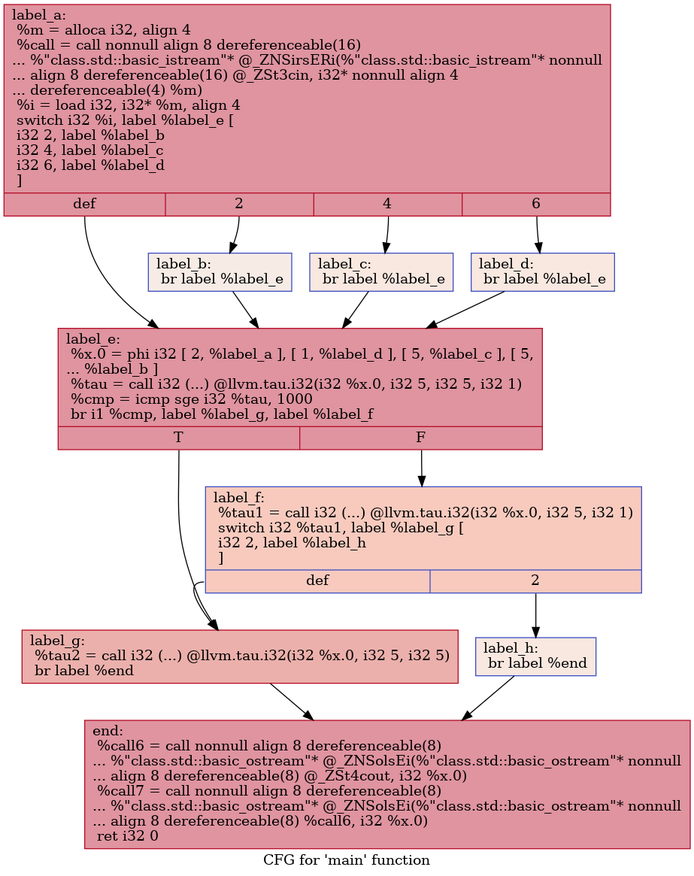
Earlier version of the Graphviz export IR/cfg/SCCP_HPSSA.dot.png (HPSSA-LLVM/HPSSA-LLVM). Its source is kept beside it as IR/cfg/SCCP_HPSSA.dot.
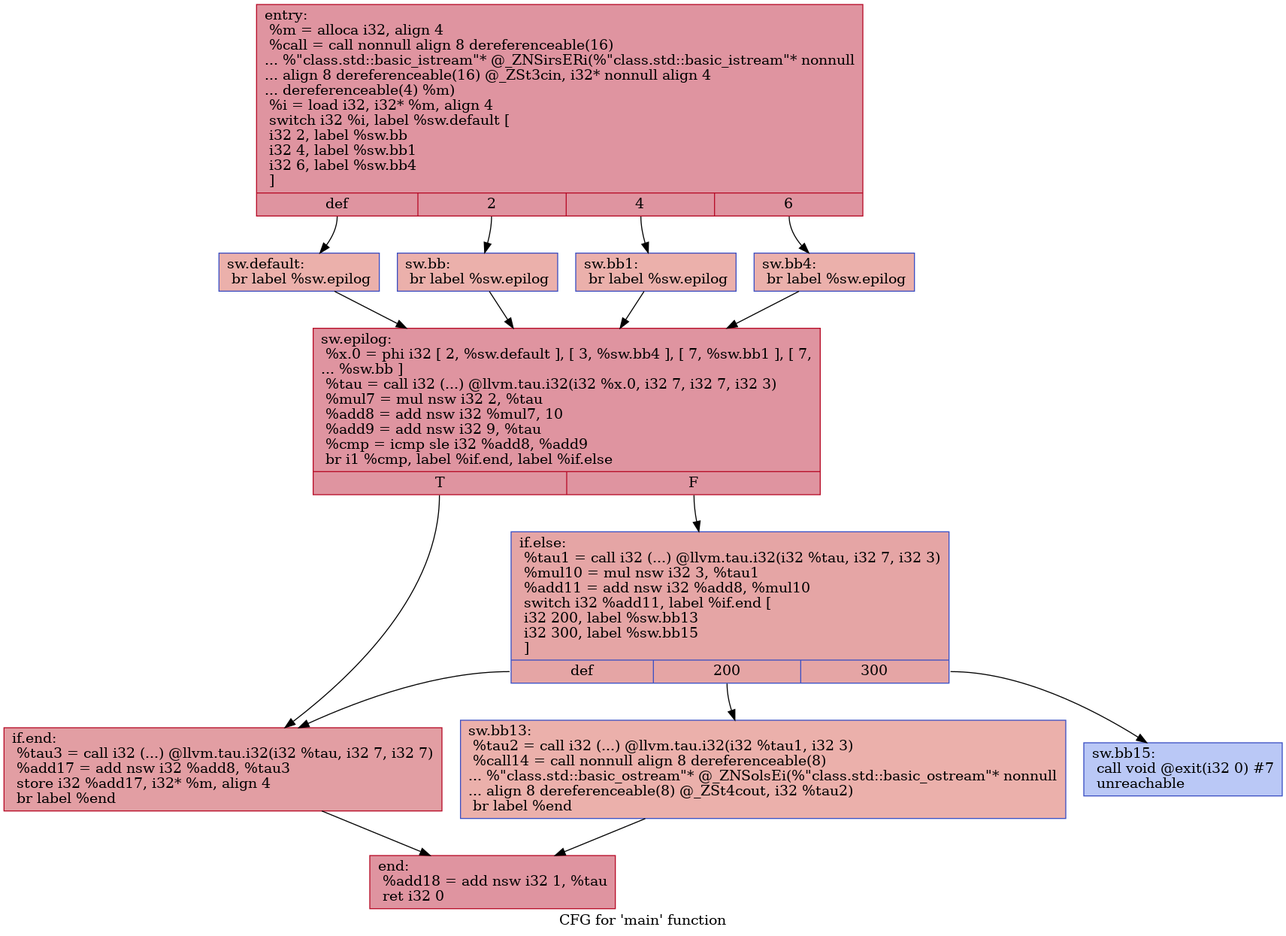
The same file after the commit.

The edit, as a diff of the source:
```diff
@@ -1,26 +1,30 @@
 digraph "CFG for 'main' function" {
 	label="CFG for 'main' function";
 
-	Node0x55a9f543bf80 [shape=record,color="#b70d28ff", style=filled, fillcolor="#b70d2870",label="{label_a:\l  %m = alloca i32, align 4\l  %call = call nonnull align 8 dereferenceable(16)\l... %\"class.std::basic_istream\"* @_ZNSirsERi(%\"class.std::basic_istream\"* nonnull\l... align 8 dereferenceable(16) @_ZSt3cin, i32* nonnull align 4\l... dereferenceable(4) %m)\l  %i = load i32, i32* %m, align 4\l  switch i32 %i, label %label_e [\l    i32 2, label %label_b\l    i32 4, label %label_c\l    i32 6, label %label_d\l  ]\l|{<s0>def|<s1>2|<s2>4|<s3>6}}"];
-	Node0x55a9f543bf80:s0 -> Node0x55a9f543c3c0;
-	Node0x55a9f543bf80:s1 -> Node0x55a9f543c4c0;
-	Node0x55a9f543bf80:s2 -> Node0x55a9f543c5c0;
-	Node0x55a9f543bf80:s3 -> Node0x55a9f543c6c0;
-	Node0x55a9f543c4c0 [shape=record,color="#3d50c3ff", style=filled, fillcolor="#ecd3c570",label="{label_b:                                          \l  br label %label_e\l}"];
-	Node0x55a9f543c4c0 -> Node0x55a9f543c3c0;
-	Node0x55a9f543c5c0 [shape=record,color="#3d50c3ff", style=filled, fillcolor="#f1ccb870",label="{label_c:                                          \l  br label %label_e\l}"];
-	Node0x55a9f543c5c0 -> Node0x55a9f543c3c0;
-	Node0x55a9f543c6c0 [shape=record,color="#3d50c3ff", style=filled, fillcolor="#f1ccb870",label="{label_d:                                          \l  br label %label_e\l}"];
-	Node0x55a9f543c6c0 -> Node0x55a9f543c3c0;
-	Node0x55a9f543c3c0 [shape=record,color="#b70d28ff", style=filled, fillcolor="#b70d2870",label="{label_e:                                          \l  %x.0 = phi i32 [ 2, %label_a ], [ 1, %label_d ], [ 5, %label_c ], [ 5,\l... %label_b ]\l  %tau = call i32 (...) @llvm.tau.i32(i32 %x.0, i32 5, i32 5, i32 1)\l  %cmp = icmp sge i32 %tau, 1000\l  br i1 %cmp, label %label_g, label %label_f\l|{<s0>T|<s1>F}}"];
-	Node0x55a9f543c3c0:s0 -> Node0x55a9f543cd90;
-	Node0x55a9f543c3c0:s1 -> Node0x55a9f543ce00;
-	Node0x55a9f543ce00 [shape=record,color="#3d50c3ff", style=filled, fillcolor="#ef886b70",label="{label_f:                                          \l  %tau1 = call i32 (...) @llvm.tau.i32(i32 %x.0, i32 5, i32 1)\l  switch i32 %tau1, label %label_g [\l    i32 2, label %label_h\l  ]\l|{<s0>def|<s1>2}}"];
-	Node0x55a9f543ce00:s0 -> Node0x55a9f543cd90;
-	Node0x55a9f543ce00:s1 -> Node0x55a9f543d130;
-	Node0x55a9f543cd90 [shape=record,color="#b70d28ff", style=filled, fillcolor="#d24b4070",label="{label_g:                                          \l  %tau2 = call i32 (...) @llvm.tau.i32(i32 %x.0, i32 5, i32 5)\l  br label %end\l}"];
-	Node0x55a9f543cd90 -> Node0x55a9f543d2f0;
-	Node0x55a9f543d130 [shape=record,color="#3d50c3ff", style=filled, fillcolor="#f1ccb870",label="{label_h:                                          \l  br label %end\l}"];
-	Node0x55a9f543d130 -> Node0x55a9f543d2f0;
-	Node0x55a9f543d2f0 [shape=record,color="#b70d28ff", style=filled, fillcolor="#b70d2870",label="{end:                                              \l  %call6 = call nonnull align 8 dereferenceable(8)\l... %\"class.std::basic_ostream\"* @_ZNSolsEi(%\"class.std::basic_ostream\"* nonnull\l... align 8 dereferenceable(8) @_ZSt4cout, i32 %x.0)\l  %call7 = call nonnull align 8 dereferenceable(8)\l... %\"class.std::basic_ostream\"* @_ZNSolsEi(%\"class.std::basic_ostream\"* nonnull\l... align 8 dereferenceable(8) %call6, i32 %x.0)\l  ret i32 0\l}"];
+	Node0x55f6262a9240 [shape=record,color="#b70d28ff", style=filled, fillcolor="#b70d2870",label="{entry:\l  %m = alloca i32, align 4\l  %call = call nonnull align 8 dereferenceable(16)\l... %\"class.std::basic_istream\"* @_ZNSirsERi(%\"class.std::basic_istream\"* nonnull\l... align 8 dereferenceable(16) @_ZSt3cin, i32* nonnull align 4\l... dereferenceable(4) %m)\l  %i = load i32, i32* %m, align 4\l  switch i32 %i, label %sw.default [\l    i32 2, label %sw.bb\l    i32 4, label %sw.bb1\l    i32 6, label %sw.bb4\l  ]\l|{<s0>def|<s1>2|<s2>4|<s3>6}}"];
+	Node0x55f6262a9240:s0 -> Node0x55f6262a9680;
+	Node0x55f6262a9240:s1 -> Node0x55f6262a9790;
+	Node0x55f6262a9240:s2 -> Node0x55f6262a9890;
+	Node0x55f6262a9240:s3 -> Node0x55f6262a9990;
+	Node0x55f6262a9790 [shape=record,color="#3d50c3ff", style=filled, fillcolor="#d24b4070",label="{sw.bb:                                            \l  br label %sw.epilog\l}"];
+	Node0x55f6262a9790 -> Node0x55f6262a9ab0;
+	Node0x55f6262a9890 [shape=record,color="#3d50c3ff", style=filled, fillcolor="#d24b4070",label="{sw.bb1:                                           \l  br label %sw.epilog\l}"];
+	Node0x55f6262a9890 -> Node0x55f6262a9ab0;
+	Node0x55f6262a9990 [shape=record,color="#3d50c3ff", style=filled, fillcolor="#d24b4070",label="{sw.bb4:                                           \l  br label %sw.epilog\l}"];
+	Node0x55f6262a9990 -> Node0x55f6262a9ab0;
+	Node0x55f6262a9680 [shape=record,color="#3d50c3ff", style=filled, fillcolor="#d24b4070",label="{sw.default:                                       \l  br label %sw.epilog\l}"];
+	Node0x55f6262a9680 -> Node0x55f6262a9ab0;
+	Node0x55f6262a9ab0 [shape=record,color="#b70d28ff", style=filled, fillcolor="#b70d2870",label="{sw.epilog:                                        \l  %x.0 = phi i32 [ 2, %sw.default ], [ 3, %sw.bb4 ], [ 7, %sw.bb1 ], [ 7,\l... %sw.bb ]\l  %tau = call i32 (...) @llvm.tau.i32(i32 %x.0, i32 7, i32 7, i32 3)\l  %mul7 = mul nsw i32 2, %tau\l  %add8 = add nsw i32 %mul7, 10\l  %add9 = add nsw i32 9, %tau\l  %cmp = icmp sle i32 %add8, %add9\l  br i1 %cmp, label %if.end, label %if.else\l|{<s0>T|<s1>F}}"];
+	Node0x55f6262a9ab0:s0 -> Node0x55f6262aa560;
+	Node0x55f6262a9ab0:s1 -> Node0x55f6262aa5d0;
+	Node0x55f6262aa5d0 [shape=record,color="#3d50c3ff", style=filled, fillcolor="#c5333470",label="{if.else:                                          \l  %tau1 = call i32 (...) @llvm.tau.i32(i32 %tau, i32 7, i32 3)\l  %mul10 = mul nsw i32 3, %tau1\l  %add11 = add nsw i32 %add8, %mul10\l  switch i32 %add11, label %if.end [\l    i32 200, label %sw.bb13\l    i32 300, label %sw.bb15\l  ]\l|{<s0>def|<s1>200|<s2>300}}"];
+	Node0x55f6262aa5d0:s0 -> Node0x55f6262aa560;
+	Node0x55f6262aa5d0:s1 -> Node0x55f6262aa8f0;
+	Node0x55f6262aa5d0:s2 -> Node0x55f6262aa990;
+	Node0x55f6262aa8f0 [shape=record,color="#3d50c3ff", style=filled, fillcolor="#d24b4070",label="{sw.bb13:                                          \l  %tau2 = call i32 (...) @llvm.tau.i32(i32 %tau1, i32 3)\l  %call14 = call nonnull align 8 dereferenceable(8)\l... %\"class.std::basic_ostream\"* @_ZNSolsEi(%\"class.std::basic_ostream\"* nonnull\l... align 8 dereferenceable(8) @_ZSt4cout, i32 %tau2)\l  br label %end\l}"];
+	Node0x55f6262aa8f0 -> Node0x55f6262aaec0;
+	Node0x55f6262aa990 [shape=record,color="#3d50c3ff", style=filled, fillcolor="#6282ea70",label="{sw.bb15:                                          \l  call void @exit(i32 0) #7\l  unreachable\l}"];
+	Node0x55f6262aa560 [shape=record,color="#b70d28ff", style=filled, fillcolor="#be242e70",label="{if.end:                                           \l  %tau3 = call i32 (...) @llvm.tau.i32(i32 %tau, i32 7, i32 7)\l  %add17 = add nsw i32 %add8, %tau3\l  store i32 %add17, i32* %m, align 4\l  br label %end\l}"];
+	Node0x55f6262aa560 -> Node0x55f6262aaec0;
+	Node0x55f6262aaec0 [shape=record,color="#b70d28ff", style=filled, fillcolor="#b70d2870",label="{end:                                              \l  %add18 = add nsw i32 1, %tau\l  ret i32 0\l}"];
 }
```
